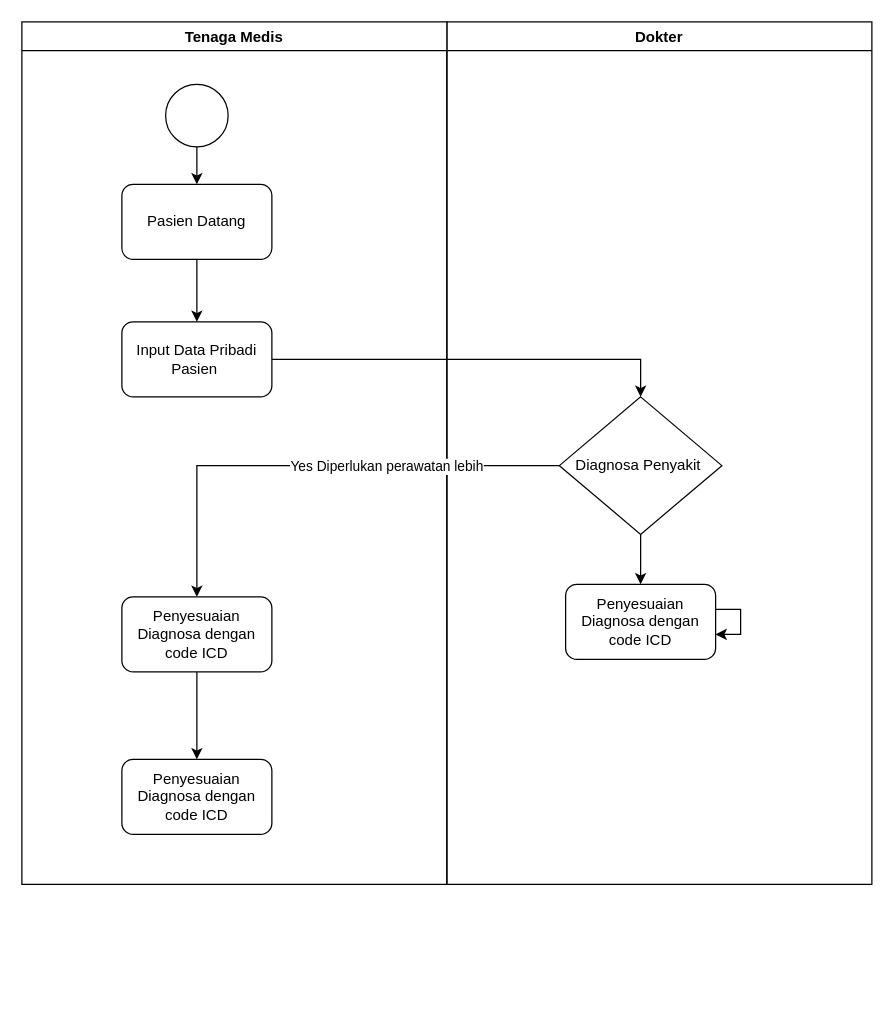
Earlier version of the draw.io diagram Business Process/BusinessProcess1.drawio (Kickhands/PKL-RS-Karyadi-Diagram). Source tidied: cells renumbered, new cells numbered last; positions are measured from the earlier drawing's top-left corner, leaving out a move shared by most shapes. Both pictures are drawn from the tidied source at 125%, with x=0, y=0 at pixel (21, 21).
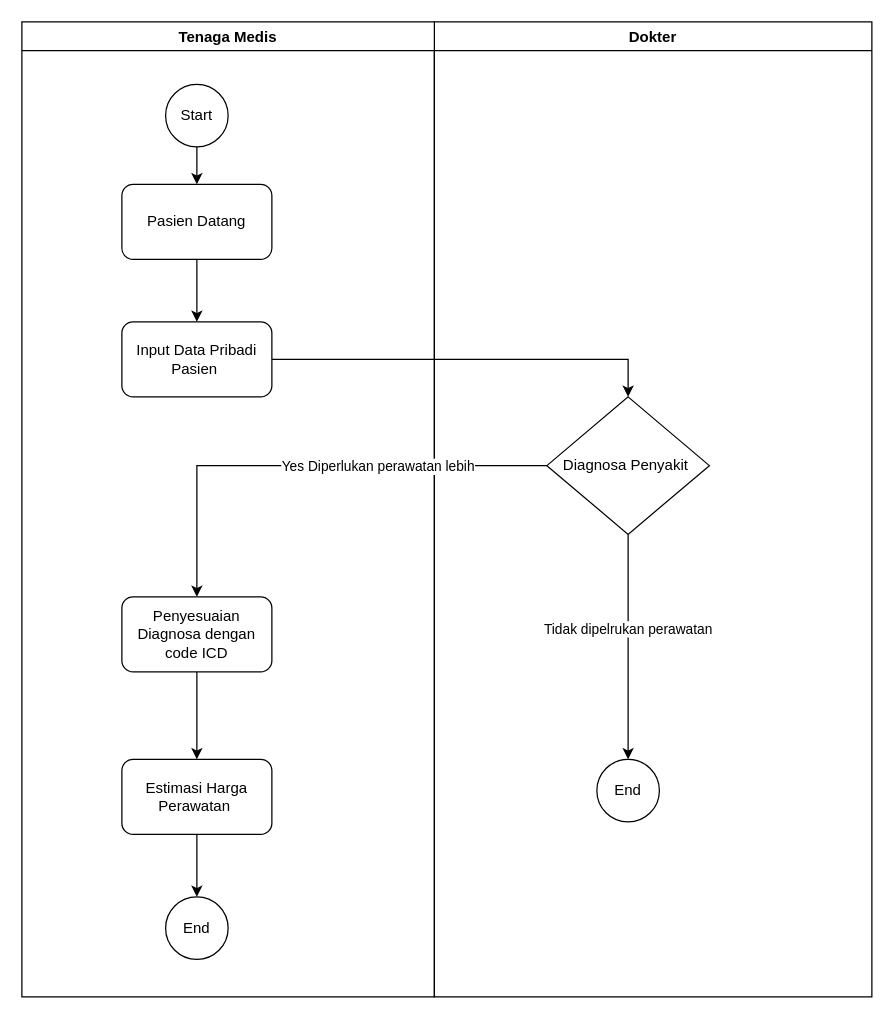
The same page after the edit.

The change refers to these unchanged cells:
```xml
<mxCell id="4" value="Diagnosa Penyakit&amp;nbsp;" style="rhombus;whiteSpace=wrap;html=1;" parent="2" vertex="1">
  <mxGeometry x="90" y="300" width="130" height="110" as="geometry" />
</mxCell>
```

Diff of the diagram source:
```diff
@@
     <mxCell id="2" value="Dokter" style="swimlane;" parent="1" vertex="1">
-      <mxGeometry x="340" width="340" height="690" as="geometry" />
+      <mxGeometry x="330" width="350" height="780" as="geometry" />
     </mxCell>
-    <mxCell id="3" style="edgeStyle=orthogonalEdgeStyle;rounded=0;jettySize=auto;html=1;exitX=0.5;exitY=1;exitDx=0;exitDy=0;entryX=0.5;entryY=0;entryDx=0;entryDy=0;" parent="2" edge="1" source="4" target="5">
+    <mxCell id="3" style="edgeStyle=orthogonalEdgeStyle;rounded=0;jettySize=auto;html=1;exitX=0.5;exitY=1;exitDx=0;exitDy=0;entryX=0.5;entryY=0;entryDx=0;entryDy=0;" parent="2" edge="1" source="4" target="20">
       <mxGeometry relative="1" as="geometry" />
     </mxCell>
+    <mxCell id="19" value="Tidak dipelrukan perawatan" style="edgeLabel;html=1;align=center;verticalAlign=middle;" parent="3" vertex="1">
+      <mxGeometry x="-0.17" y="-1" relative="1" as="geometry" />
+    </mxCell>
@@
-    <mxCell id="5" value="Penyesuaian Diagnosa dengan code ICD" style="rounded=1;whiteSpace=wrap;html=1;" parent="2" vertex="1">
-      <mxGeometry x="95" y="450" width="120" height="60" as="geometry" />
-    </mxCell>
-    <mxCell id="6" style="edgeStyle=orthogonalEdgeStyle;rounded=0;orthogonalLoop=1;jettySize=auto;html=1;" parent="2" edge="1" source="5" target="5">
-      <mxGeometry relative="1" as="geometry" />
-    </mxCell>
+    <mxCell id="20" value="End" style="ellipse;whiteSpace=wrap;html=1;" parent="2" vertex="1">
+      <mxGeometry x="130" y="590" width="50" height="50" as="geometry" />
+    </mxCell>
     <mxCell id="7" value="Tenaga Medis" style="swimlane;" parent="1" vertex="1">
-      <mxGeometry width="340" height="690" as="geometry" />
+      <mxGeometry width="330" height="780" as="geometry" />
     </mxCell>
@@
-    <mxCell id="9" style="ellipse;whiteSpace=wrap;html=1;" parent="7" vertex="1">
+    <mxCell id="9" value="Start" style="ellipse;whiteSpace=wrap;html=1;" parent="7" vertex="1">
       <mxGeometry x="115" y="50" width="50" height="50" as="geometry" />
     </mxCell>
@@
-    <mxCell id="15" value="Penyesuaian Diagnosa dengan code ICD" style="rounded=1;whiteSpace=wrap;html=1;" parent="7" vertex="1">
+    <mxCell id="15" value="Estimasi Harga Perawatan&amp;nbsp;" style="rounded=1;whiteSpace=wrap;html=1;" parent="7" vertex="1">
       <mxGeometry x="80" y="590" width="120" height="60" as="geometry" />
     </mxCell>
+    <mxCell id="21" value="End" style="ellipse;whiteSpace=wrap;html=1;" parent="7" vertex="1">
+      <mxGeometry x="115" y="700" width="50" height="50" as="geometry" />
+    </mxCell>
+    <mxCell id="22" style="edgeStyle=orthogonalEdgeStyle;rounded=0;jettySize=auto;html=1;entryX=0.5;entryY=0;entryDx=0;entryDy=0;" parent="7" edge="1" source="15" target="21">
+      <mxGeometry relative="1" as="geometry" />
+    </mxCell>
```
